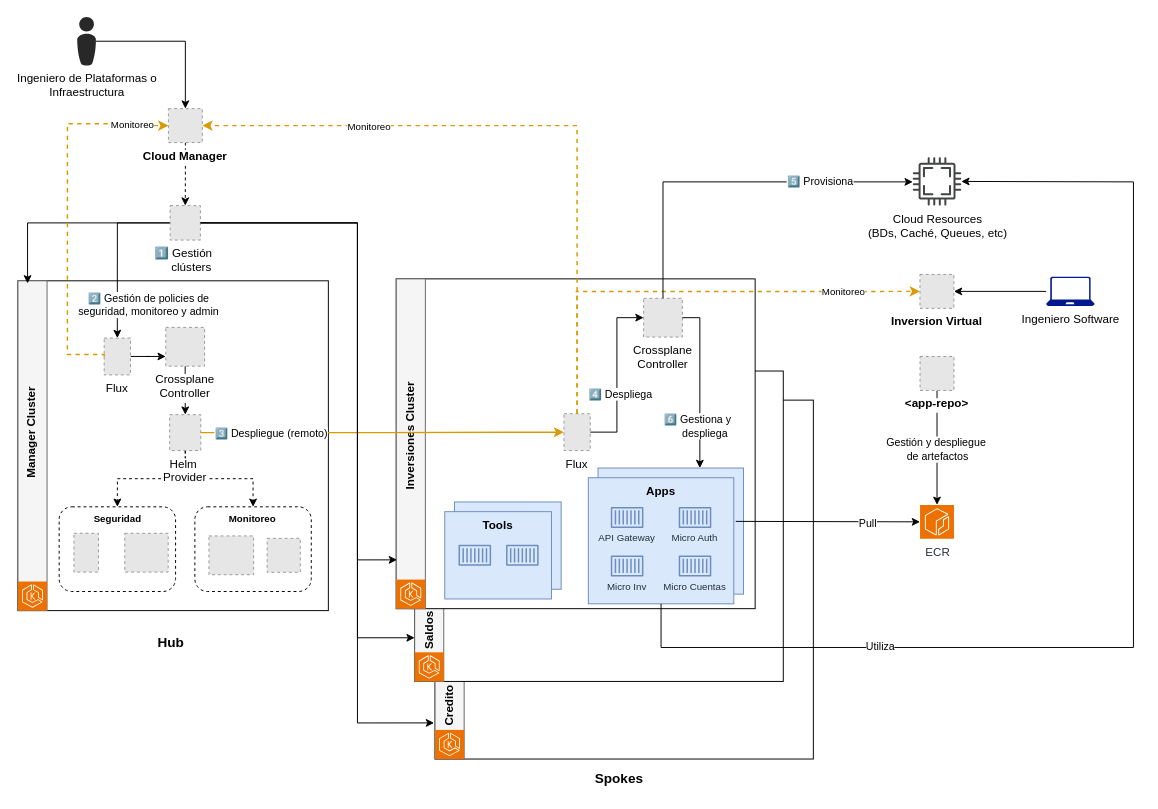
Above: page "Arq-Soluciones-GitOps" (3 of 3) of assets/esquemas.drawio in lima-demos-days/CloudManager (draw.io), before the change. Source tidied: cells renumbered, new cells numbered last; positions are measured from the earlier drawing's top-left corner, leaving out a move shared by most shapes. Both pictures are drawn from the tidied source at 97%, with x=0, y=0 at pixel (-47, 16). Pictures stored in the file or linked from it are replaced by grey dashed boxes.
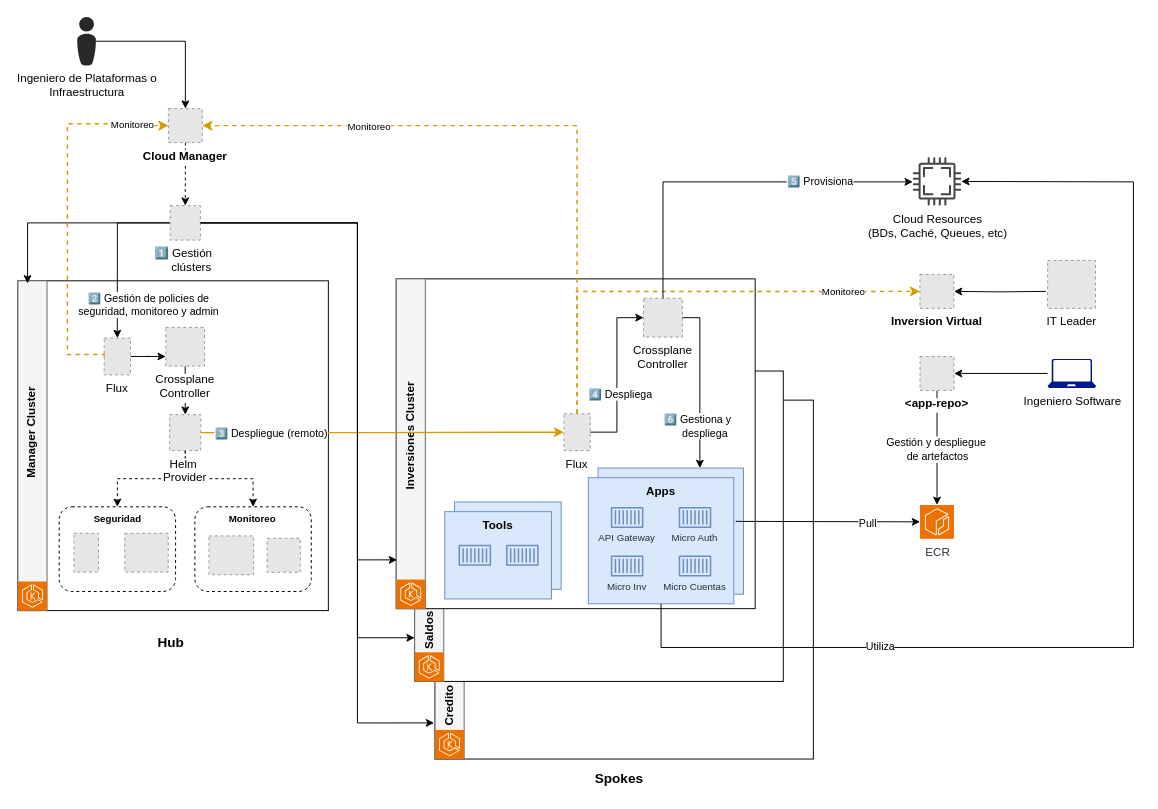
The same diagram, later.

Commit message:
assets: arquitectura hub-and-spoke

The change refers to these unchanged cells:
```xml
<mxCell id="81" value="Inversion Virtual" style="fillColor=#E6E6E6;strokeColor=#999999;dashed=1;verticalLabelPosition=bottom;labelBackgroundColor=default;verticalAlign=top;fontStyle=1;" parent="1" vertex="1">
  <mxGeometry x="995.9" y="265.4" width="35" height="35" as="geometry" />
</mxCell>
<mxCell id="98" value="&lt;app-repo&gt;" style="fillColor=#E6E6E6;strokeColor=#999999;dashed=1;verticalLabelPosition=bottom;labelBackgroundColor=default;verticalAlign=top;fontStyle=1;" parent="1" vertex="1">
  <mxGeometry x="996" y="350" width="35" height="35" as="geometry" />
</mxCell>
```

Diff of the diagram source:
```diff
@@
-    <mxCell id="82" style="edgeStyle=orthogonalEdgeStyle;rounded=0;jettySize=auto;html=1;entryX=1;entryY=0.5;entryDx=0;entryDy=0;" parent="1" edge="1" source="83" target="81">
-      <mxGeometry relative="1" as="geometry" />
+    <mxCell id="82" style="edgeStyle=orthogonalEdgeStyle;rounded=0;jettySize=auto;html=1;entryX=1;entryY=0.5;entryDx=0;entryDy=0;" parent="1" edge="1" target="81">
+      <mxGeometry relative="1" as="geometry">
+        <mxPoint x="1126" y="282.9" as="sourcePoint" />
+      </mxGeometry>
     </mxCell>
-    <mxCell id="83" value="Ingeniero Software" style="sketch=0;shadow=0;dashed=0;html=1;strokeColor=none;labelPosition=center;verticalLabelPosition=bottom;verticalAlign=top;align=center;fillColor=#00188D;shape=mxgraph.azure.laptop;" parent="1" vertex="1">
-      <mxGeometry x="1126" y="267.9" width="50" height="30" as="geometry" />
-    </mxCell>
@@
+    <mxCell id="99" value="IT Leader" style="fillColor=#E6E6E6;strokeColor=#999999;dashed=1;html=1;verticalAlign=top;verticalLabelPosition=bottom;labelBackgroundColor=#ffffff;" parent="1" vertex="1">
+      <mxGeometry x="1127.5" y="251" width="49.4" height="49.4" as="geometry" />
+    </mxCell>
+    <mxCell id="100" style="edgeStyle=orthogonalEdgeStyle;rounded=0;jettySize=auto;html=1;entryX=1;entryY=0.5;entryDx=0;entryDy=0;" parent="1" edge="1" source="83" target="98">
+      <mxGeometry relative="1" as="geometry" />
+    </mxCell>
+    <mxCell id="83" value="Ingeniero Software" style="sketch=0;shadow=0;dashed=0;html=1;strokeColor=none;labelPosition=center;verticalLabelPosition=bottom;verticalAlign=top;align=center;fillColor=#00188D;shape=mxgraph.azure.laptop;" parent="1" vertex="1">
+      <mxGeometry x="1127.5" y="352.5" width="50" height="30" as="geometry" />
+    </mxCell>
```
